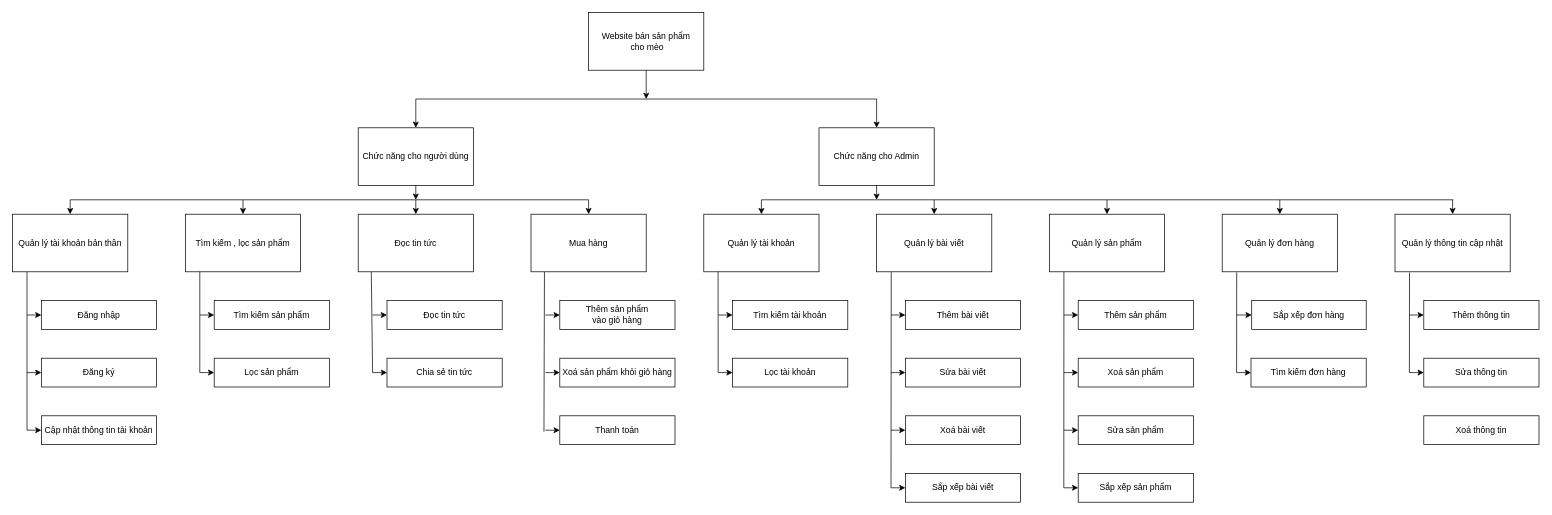
Earlier version of the draw.io diagram Untitled Diagram.drawio (duyquyen20062000/cv). Source tidied: cells renumbered, new cells numbered last; positions are measured from the earlier drawing's top-left corner, leaving out a move shared by most shapes. Both pictures are drawn from the tidied source at 72%, with x=0, y=0 at pixel (12, 12).
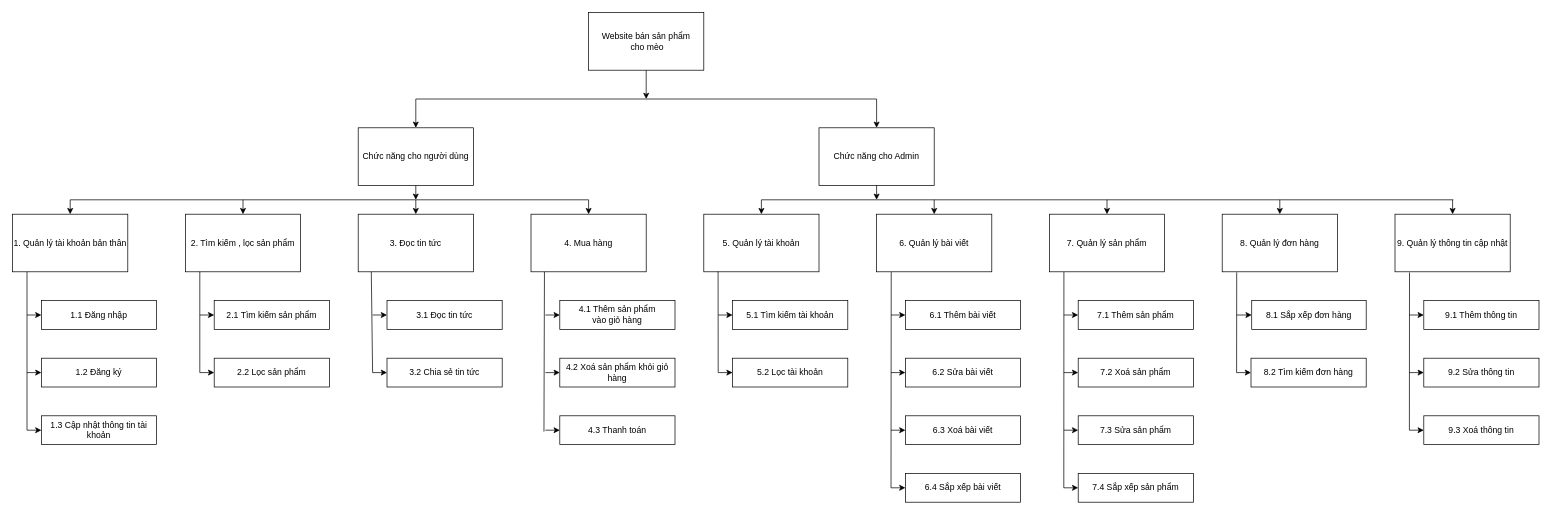
The same page after the edit.

What changed in the source:
```diff
@@
-    <mxCell id="5" value="Quản lý tài khoản" style="rounded=0;whiteSpace=wrap;html=1;" parent="1" vertex="1">
+    <mxCell id="5" value="5. Quản lý tài khoản" style="rounded=0;whiteSpace=wrap;html=1;" parent="1" vertex="1">
       <mxGeometry x="960" y="280" width="160" height="80" as="geometry" />
     </mxCell>
-    <mxCell id="6" value="Quản lý sản phẩm" style="rounded=0;whiteSpace=wrap;html=1;" parent="1" vertex="1">
+    <mxCell id="6" value="7. Quản lý sản phẩm" style="rounded=0;whiteSpace=wrap;html=1;" parent="1" vertex="1">
       <mxGeometry x="1440" y="280" width="160" height="80" as="geometry" />
     </mxCell>
-    <mxCell id="7" value="Quản lý bài viết" style="rounded=0;whiteSpace=wrap;html=1;" parent="1" vertex="1">
+    <mxCell id="7" value="6. Quản lý bài viết" style="rounded=0;whiteSpace=wrap;html=1;" parent="1" vertex="1">
       <mxGeometry x="1200" y="280" width="160" height="80" as="geometry" />
     </mxCell>
-    <mxCell id="8" value="Quản lý đơn hàng" style="rounded=0;whiteSpace=wrap;html=1;" parent="1" vertex="1">
+    <mxCell id="8" value="8. Quản lý đơn hàng" style="rounded=0;whiteSpace=wrap;html=1;" parent="1" vertex="1">
       <mxGeometry x="1680" y="280" width="160" height="80" as="geometry" />
     </mxCell>
-    <mxCell id="9" value="Quản lý thông tin cập nhật" style="rounded=0;whiteSpace=wrap;html=1;" parent="1" vertex="1">
+    <mxCell id="9" value="9. Quản lý thông tin cập nhật" style="rounded=0;whiteSpace=wrap;html=1;" parent="1" vertex="1">
       <mxGeometry x="1920" y="280" width="160" height="80" as="geometry" />
     </mxCell>
-    <mxCell id="10" value="Tìm kiếm , lọc sản phẩm" style="rounded=0;whiteSpace=wrap;html=1;" parent="1" vertex="1">
+    <mxCell id="10" value="2. Tìm kiếm , lọc sản phẩm" style="rounded=0;whiteSpace=wrap;html=1;" parent="1" vertex="1">
       <mxGeometry x="240" y="280" width="160" height="80" as="geometry" />
     </mxCell>
-    <mxCell id="11" value="Quản lý tài khoản bản thân" style="rounded=0;whiteSpace=wrap;html=1;" parent="1" vertex="1">
+    <mxCell id="11" value="1. Quản lý tài khoản bản thân" style="rounded=0;whiteSpace=wrap;html=1;" parent="1" vertex="1">
       <mxGeometry y="280" width="160" height="80" as="geometry" />
     </mxCell>
-    <mxCell id="12" value="Đọc tin tức" style="rounded=0;whiteSpace=wrap;html=1;" parent="1" vertex="1">
+    <mxCell id="12" value="3. Đọc tin tức" style="rounded=0;whiteSpace=wrap;html=1;" parent="1" vertex="1">
       <mxGeometry x="480" y="280" width="160" height="80" as="geometry" />
     </mxCell>
-    <mxCell id="13" value="Mua hàng" style="rounded=0;whiteSpace=wrap;html=1;" parent="1" vertex="1">
+    <mxCell id="13" value="4. Mua hàng" style="rounded=0;whiteSpace=wrap;html=1;" parent="1" vertex="1">
       <mxGeometry x="720" y="280" width="160" height="80" as="geometry" />
     </mxCell>
-    <mxCell id="14" value="Đọc tin tức" style="rounded=0;whiteSpace=wrap;html=1;" parent="1" vertex="1">
+    <mxCell id="14" value="3.1 Đọc tin tức" style="rounded=0;whiteSpace=wrap;html=1;" parent="1" vertex="1">
       <mxGeometry x="520" y="400" width="160" height="40" as="geometry" />
     </mxCell>
-    <mxCell id="15" value="Chia sẻ tin tức" style="rounded=0;whiteSpace=wrap;html=1;" parent="1" vertex="1">
+    <mxCell id="15" value="3.2 Chia sẻ tin tức" style="rounded=0;whiteSpace=wrap;html=1;" parent="1" vertex="1">
       <mxGeometry x="520" y="480" width="160" height="40" as="geometry" />
     </mxCell>
-    <mxCell id="16" value="Đăng nhập" style="rounded=0;whiteSpace=wrap;html=1;" parent="1" vertex="1">
+    <mxCell id="16" value="1.1 Đăng nhập" style="rounded=0;whiteSpace=wrap;html=1;" parent="1" vertex="1">
       <mxGeometry x="40" y="400" width="160" height="40" as="geometry" />
     </mxCell>
-    <mxCell id="17" value="Đăng ký" style="rounded=0;whiteSpace=wrap;html=1;" parent="1" vertex="1">
+    <mxCell id="17" value="1.2 Đăng ký" style="rounded=0;whiteSpace=wrap;html=1;" parent="1" vertex="1">
       <mxGeometry x="40" y="480" width="160" height="40" as="geometry" />
     </mxCell>
-    <mxCell id="18" value="Cập nhật thông tin tài khoản" style="rounded=0;whiteSpace=wrap;html=1;" parent="1" vertex="1">
+    <mxCell id="18" value="1.3 Cập nhật thông tin tài khoản" style="rounded=0;whiteSpace=wrap;html=1;" parent="1" vertex="1">
       <mxGeometry x="40" y="560" width="160" height="40" as="geometry" />
     </mxCell>
-    <mxCell id="19" value="Thêm sản phẩm &lt;br&gt;vào giỏ hàng" style="rounded=0;whiteSpace=wrap;html=1;" parent="1" vertex="1">
+    <mxCell id="19" value="4.1 Thêm sản phẩm &lt;br&gt;vào giỏ hàng" style="rounded=0;whiteSpace=wrap;html=1;" parent="1" vertex="1">
       <mxGeometry x="760" y="400" width="160" height="40" as="geometry" />
     </mxCell>
-    <mxCell id="20" value="Xoá sản phẩm khỏi giỏ hàng" style="rounded=0;whiteSpace=wrap;html=1;" parent="1" vertex="1">
+    <mxCell id="20" value="4.2 Xoá sản phẩm khỏi giỏ hàng" style="rounded=0;whiteSpace=wrap;html=1;" parent="1" vertex="1">
       <mxGeometry x="760" y="480" width="160" height="40" as="geometry" />
     </mxCell>
-    <mxCell id="21" value="Thanh toán" style="rounded=0;whiteSpace=wrap;html=1;" parent="1" vertex="1">
+    <mxCell id="21" value="4.3 Thanh toán" style="rounded=0;whiteSpace=wrap;html=1;" parent="1" vertex="1">
       <mxGeometry x="760" y="560" width="160" height="40" as="geometry" />
     </mxCell>
-    <mxCell id="22" value="Tìm kiếm sản phẩm" style="rounded=0;whiteSpace=wrap;html=1;" parent="1" vertex="1">
+    <mxCell id="22" value="2.1 Tìm kiếm sản phẩm" style="rounded=0;whiteSpace=wrap;html=1;" parent="1" vertex="1">
       <mxGeometry x="280" y="400" width="160" height="40" as="geometry" />
     </mxCell>
-    <mxCell id="23" value="Lọc sản phẩm" style="rounded=0;whiteSpace=wrap;html=1;" parent="1" vertex="1">
+    <mxCell id="23" value="2.2 Lọc sản phẩm" style="rounded=0;whiteSpace=wrap;html=1;" parent="1" vertex="1">
       <mxGeometry x="280" y="480" width="160" height="40" as="geometry" />
     </mxCell>
-    <mxCell id="24" value="Tìm kiếm tài khoản" style="rounded=0;whiteSpace=wrap;html=1;" parent="1" vertex="1">
+    <mxCell id="24" value="5.1 Tìm kiếm tài khoản" style="rounded=0;whiteSpace=wrap;html=1;" parent="1" vertex="1">
       <mxGeometry x="1000" y="400" width="160" height="40" as="geometry" />
     </mxCell>
-    <mxCell id="25" value="Lọc tài khoản" style="rounded=0;whiteSpace=wrap;html=1;" parent="1" vertex="1">
+    <mxCell id="25" value="5.2 Lọc tài khoản" style="rounded=0;whiteSpace=wrap;html=1;" parent="1" vertex="1">
       <mxGeometry x="1000" y="480" width="160" height="40" as="geometry" />
     </mxCell>
-    <mxCell id="26" value="Thêm bài viết" style="rounded=0;whiteSpace=wrap;html=1;" parent="1" vertex="1">
+    <mxCell id="26" value="6.1 Thêm bài viết" style="rounded=0;whiteSpace=wrap;html=1;" parent="1" vertex="1">
       <mxGeometry x="1240" y="400" width="160" height="40" as="geometry" />
     </mxCell>
-    <mxCell id="27" value="&lt;span style=&quot;font-weight: normal;&quot;&gt;Sửa bài viết&lt;/span&gt;" style="rounded=0;whiteSpace=wrap;html=1;fontStyle=1;" parent="1" vertex="1">
+    <mxCell id="27" value="&lt;span style=&quot;font-weight: normal;&quot;&gt;6.2 Sửa bài viết&lt;/span&gt;" style="rounded=0;whiteSpace=wrap;html=1;fontStyle=1;" parent="1" vertex="1">
       <mxGeometry x="1240" y="480" width="160" height="40" as="geometry" />
     </mxCell>
-    <mxCell id="28" value="&lt;span style=&quot;font-weight: normal;&quot;&gt;Xoá bài viết&lt;/span&gt;" style="rounded=0;whiteSpace=wrap;html=1;fontStyle=1;" parent="1" vertex="1">
+    <mxCell id="28" value="&lt;span style=&quot;font-weight: normal;&quot;&gt;6.3 Xoá bài viết&lt;/span&gt;" style="rounded=0;whiteSpace=wrap;html=1;fontStyle=1;" parent="1" vertex="1">
       <mxGeometry x="1240" y="560" width="160" height="40" as="geometry" />
     </mxCell>
-    <mxCell id="29" value="Sắp xếp bài viết" style="rounded=0;whiteSpace=wrap;html=1;" parent="1" vertex="1">
+    <mxCell id="29" value="6.4 Sắp xếp bài viết" style="rounded=0;whiteSpace=wrap;html=1;" parent="1" vertex="1">
       <mxGeometry x="1240" y="640" width="160" height="40" as="geometry" />
     </mxCell>
-    <mxCell id="30" value="Thêm sản phẩm" style="rounded=0;whiteSpace=wrap;html=1;" parent="1" vertex="1">
+    <mxCell id="30" value="7.1 Thêm sản phẩm" style="rounded=0;whiteSpace=wrap;html=1;" parent="1" vertex="1">
       <mxGeometry x="1480" y="400" width="160" height="40" as="geometry" />
     </mxCell>
-    <mxCell id="31" value="Xoá sản phẩm" style="rounded=0;whiteSpace=wrap;html=1;" parent="1" vertex="1">
+    <mxCell id="31" value="7.2 Xoá sản phẩm" style="rounded=0;whiteSpace=wrap;html=1;" parent="1" vertex="1">
       <mxGeometry x="1480" y="480" width="160" height="40" as="geometry" />
     </mxCell>
-    <mxCell id="32" value="Sửa sản phẩm" style="rounded=0;whiteSpace=wrap;html=1;" parent="1" vertex="1">
+    <mxCell id="32" value="7.3 Sửa sản phẩm" style="rounded=0;whiteSpace=wrap;html=1;" parent="1" vertex="1">
       <mxGeometry x="1480" y="560" width="160" height="40" as="geometry" />
     </mxCell>
-    <mxCell id="33" value="Sắp xếp sản phẩm" style="rounded=0;whiteSpace=wrap;html=1;" parent="1" vertex="1">
+    <mxCell id="33" value="7.4 Sắp xếp sản phẩm" style="rounded=0;whiteSpace=wrap;html=1;" parent="1" vertex="1">
       <mxGeometry x="1480" y="640" width="160" height="40" as="geometry" />
     </mxCell>
-    <mxCell id="34" value="Sắp xếp đơn hàng" style="rounded=0;whiteSpace=wrap;html=1;" parent="1" vertex="1">
+    <mxCell id="34" value="8.1 Sắp xếp đơn hàng" style="rounded=0;whiteSpace=wrap;html=1;" parent="1" vertex="1">
       <mxGeometry x="1721" y="400" width="159" height="40" as="geometry" />
     </mxCell>
-    <mxCell id="35" value="Tìm kiếm đơn hàng" style="rounded=0;whiteSpace=wrap;html=1;" parent="1" vertex="1">
+    <mxCell id="35" value="8.2 Tìm kiếm đơn hàng" style="rounded=0;whiteSpace=wrap;html=1;" parent="1" vertex="1">
       <mxGeometry x="1720" y="480" width="160" height="40" as="geometry" />
     </mxCell>
-    <mxCell id="36" value="Thêm thông tin" style="rounded=0;whiteSpace=wrap;html=1;" parent="1" vertex="1">
+    <mxCell id="36" value="9.1 Thêm thông tin" style="rounded=0;whiteSpace=wrap;html=1;" parent="1" vertex="1">
       <mxGeometry x="1960" y="400" width="160" height="40" as="geometry" />
     </mxCell>
-    <mxCell id="37" value="Sửa thông tin" style="rounded=0;whiteSpace=wrap;html=1;" parent="1" vertex="1">
+    <mxCell id="37" value="9.2 Sửa thông tin" style="rounded=0;whiteSpace=wrap;html=1;" parent="1" vertex="1">
       <mxGeometry x="1960" y="480" width="160" height="40" as="geometry" />
     </mxCell>
-    <mxCell id="38" value="Xoá thông tin" style="rounded=0;whiteSpace=wrap;html=1;" parent="1" vertex="1">
+    <mxCell id="38" value="9.3 Xoá thông tin" style="rounded=0;whiteSpace=wrap;html=1;" parent="1" vertex="1">
       <mxGeometry x="1960" y="560" width="160" height="40" as="geometry" />
     </mxCell>
@@
     <mxCell id="86" style="endArrow=none;html=1;rounded=0;entryX=0.126;entryY=1.012;entryDx=0;entryDy=0;entryPerimeter=0;" parent="1" edge="1" target="9">
       <mxGeometry relative="1" as="geometry">
-        <mxPoint x="1940" y="500" as="sourcePoint" />
+        <mxPoint x="1940" y="580" as="sourcePoint" />
       </mxGeometry>
     </mxCell>
@@
+    <mxCell id="89" style="endArrow=classic;html=1;rounded=0;entryX=0;entryY=0.5;entryDx=0;entryDy=0;" parent="1" edge="1" target="38">
+      <mxGeometry relative="1" as="geometry">
+        <mxPoint x="1940" y="580" as="sourcePoint" />
+      </mxGeometry>
+    </mxCell>
```
